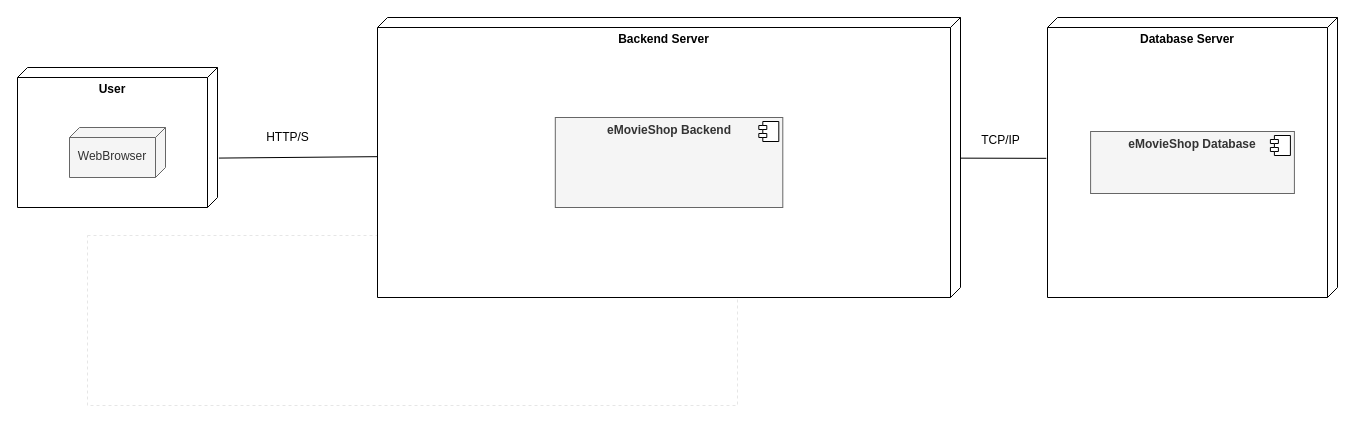
The draw.io diagram Deliverables/Phase1/ArchitectureAndDesign/diagrams/DeploymentView.drawio in mei-desofs/desofs2026-wed_nap_1-1, before the edit. Source tidied: cells renumbered, new cells numbered last; positions are measured from the earlier drawing's top-left corner, leaving out a move shared by most shapes. Both pictures are drawn from the tidied source at 100%, with x=0, y=0 at pixel (17, 17).
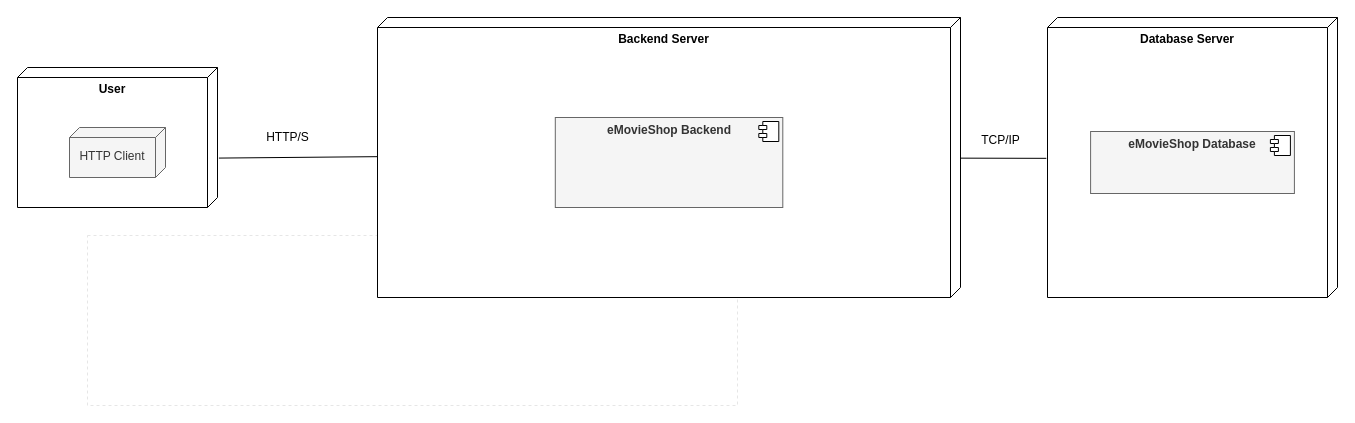
The same page after the edit.

Commit message (it also covers changes not shown here):
Architecture and Design README.MD

The edit, as a diff of the source:
```diff
@@
 <mxGraphModel>
   <root>
     <mxCell id="0" />
     <mxCell id="1" parent="0" />
     <mxCell id="2" style="group;strokeColor=#E6E6E6;dashed=1;strokeWidth=1;" parent="1" vertex="1">
       <mxGeometry x="70" y="218" width="650" height="170" as="geometry" />
     </mxCell>
     <mxCell id="3" style="group;" parent="1" vertex="1">
       <mxGeometry y="50" width="200" height="140" as="geometry" />
     </mxCell>
     <mxCell id="4" value="&lt;b&gt;User&lt;/b&gt;" style="verticalAlign=top;align=center;spacingTop=8;spacingLeft=2;spacingRight=12;shape=cube;size=10;direction=south;fontStyle=0;html=1;whiteSpace=wrap;" parent="3" vertex="1">
       <mxGeometry width="200" height="140" as="geometry" />
     </mxCell>
-    <mxCell id="5" value="WebBrowser" style="verticalAlign=middle;align=center;spacingTop=8;spacingLeft=2;spacingRight=12;shape=cube;size=10;direction=south;fontStyle=0;html=1;whiteSpace=wrap;fillColor=#f5f5f5;fontColor=#333333;strokeColor=#666666;" parent="3" vertex="1">
+    <mxCell id="5" value="HTTP Client" style="verticalAlign=middle;align=center;spacingTop=8;spacingLeft=2;spacingRight=12;shape=cube;size=10;direction=south;fontStyle=0;html=1;whiteSpace=wrap;fillColor=#f5f5f5;fontColor=#333333;strokeColor=#666666;" parent="3" vertex="1">
       <mxGeometry x="52" y="60" width="96" height="50" as="geometry" />
     </mxCell>
     <mxCell id="6" value="&lt;div&gt;&lt;b&gt;Backend Server&lt;/b&gt;&lt;/div&gt;" style="verticalAlign=top;align=center;spacingTop=8;spacingLeft=2;spacingRight=12;shape=cube;size=10;direction=south;fontStyle=0;html=1;whiteSpace=wrap;" parent="1" vertex="1">
       <mxGeometry x="360" width="583" height="280" as="geometry" />
     </mxCell>
     <mxCell id="7" value="&lt;p style=&quot;margin:0px;margin-top:6px;text-align:center;&quot;&gt;&lt;b&gt;eMovieShop Backend&lt;/b&gt;&lt;/p&gt;" style="align=left;overflow=fill;html=1;whiteSpace=wrap;fillColor=#f5f5f5;fontColor=#333333;strokeColor=#666666;" parent="1" vertex="1">
       <mxGeometry x="537.8" y="100" width="227.5" height="90" as="geometry" />
     </mxCell>
     <mxCell id="8" style="shape=component;jettyWidth=8;jettyHeight=4;" parent="7" vertex="1">
       <mxGeometry x="1" width="20" height="20" relative="1" as="geometry">
         <mxPoint x="-24" y="4" as="offset" />
       </mxGeometry>
     </mxCell>
     <mxCell id="9" style="endArrow=none;html=1;rounded=0;exitX=0.647;exitY=-0.007;exitDx=0;exitDy=0;exitPerimeter=0;entryX=0.497;entryY=1;entryDx=0;entryDy=0;entryPerimeter=0;" parent="1" edge="1" source="4" target="6">
       <mxGeometry relative="1" as="geometry" />
     </mxCell>
     <mxCell id="10" value="&lt;span style=&quot;font-weight: normal;&quot;&gt;HTTP/S&lt;/span&gt;" style="text;align=center;fontStyle=1;verticalAlign=middle;spacingLeft=3;spacingRight=3;strokeColor=none;html=1;" parent="1" vertex="1">
       <mxGeometry x="230" y="107" width="80" height="26" as="geometry" />
     </mxCell>
     <mxCell id="11" value="&lt;div&gt;&lt;b&gt;Database Server&lt;/b&gt;&lt;/div&gt;" style="verticalAlign=top;align=center;spacingTop=8;spacingLeft=2;spacingRight=12;shape=cube;size=10;direction=south;fontStyle=0;html=1;whiteSpace=wrap;" parent="1" vertex="1">
       <mxGeometry x="1030" width="290" height="280" as="geometry" />
     </mxCell>
     <mxCell id="12" value="&lt;p style=&quot;margin:0px;margin-top:6px;text-align:center;&quot;&gt;&lt;b&gt;eMovieShop Database&lt;/b&gt;&lt;/p&gt;&lt;p style=&quot;margin:0px;margin-left:8px;&quot;&gt;&lt;br&gt;&lt;/p&gt;" style="align=left;overflow=fill;html=1;whiteSpace=wrap;fillColor=#f5f5f5;fontColor=#333333;strokeColor=#666666;" parent="1" vertex="1">
       <mxGeometry x="1073.1" y="114" width="203.8" height="62" as="geometry" />
     </mxCell>
     <mxCell id="13" style="shape=component;jettyWidth=8;jettyHeight=4;" parent="12" vertex="1">
       <mxGeometry x="1" width="20" height="20" relative="1" as="geometry">
         <mxPoint x="-24" y="4" as="offset" />
       </mxGeometry>
     </mxCell>
     <mxCell id="14" style="endArrow=none;html=1;rounded=0;entryX=0.503;entryY=1.004;entryDx=0;entryDy=0;entryPerimeter=0;" parent="1" edge="1" source="6" target="11">
       <mxGeometry relative="1" as="geometry" />
     </mxCell>
     <mxCell id="15" value="&lt;span style=&quot;font-weight: normal;&quot;&gt;TCP/IP&lt;/span&gt;" style="text;align=center;fontStyle=1;verticalAlign=middle;spacingLeft=3;spacingRight=3;strokeColor=none;html=1;" parent="1" vertex="1">
       <mxGeometry x="943" y="110" width="80" height="26" as="geometry" />
     </mxCell>
   </root>
 </mxGraphModel>
```
